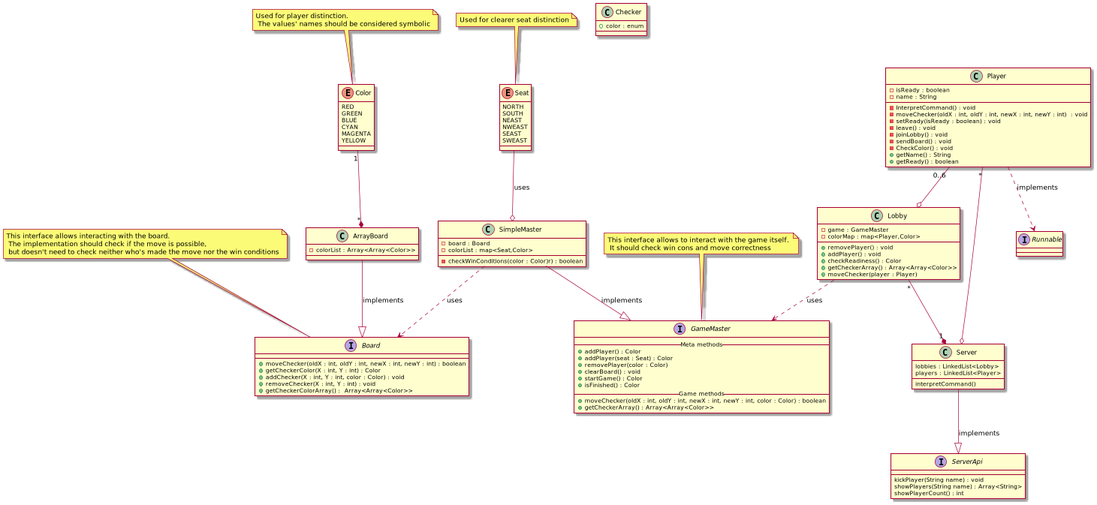
This is diagrams/Server.png from norbert791/TPlista5, a PlantUML export, as it was before one commit.
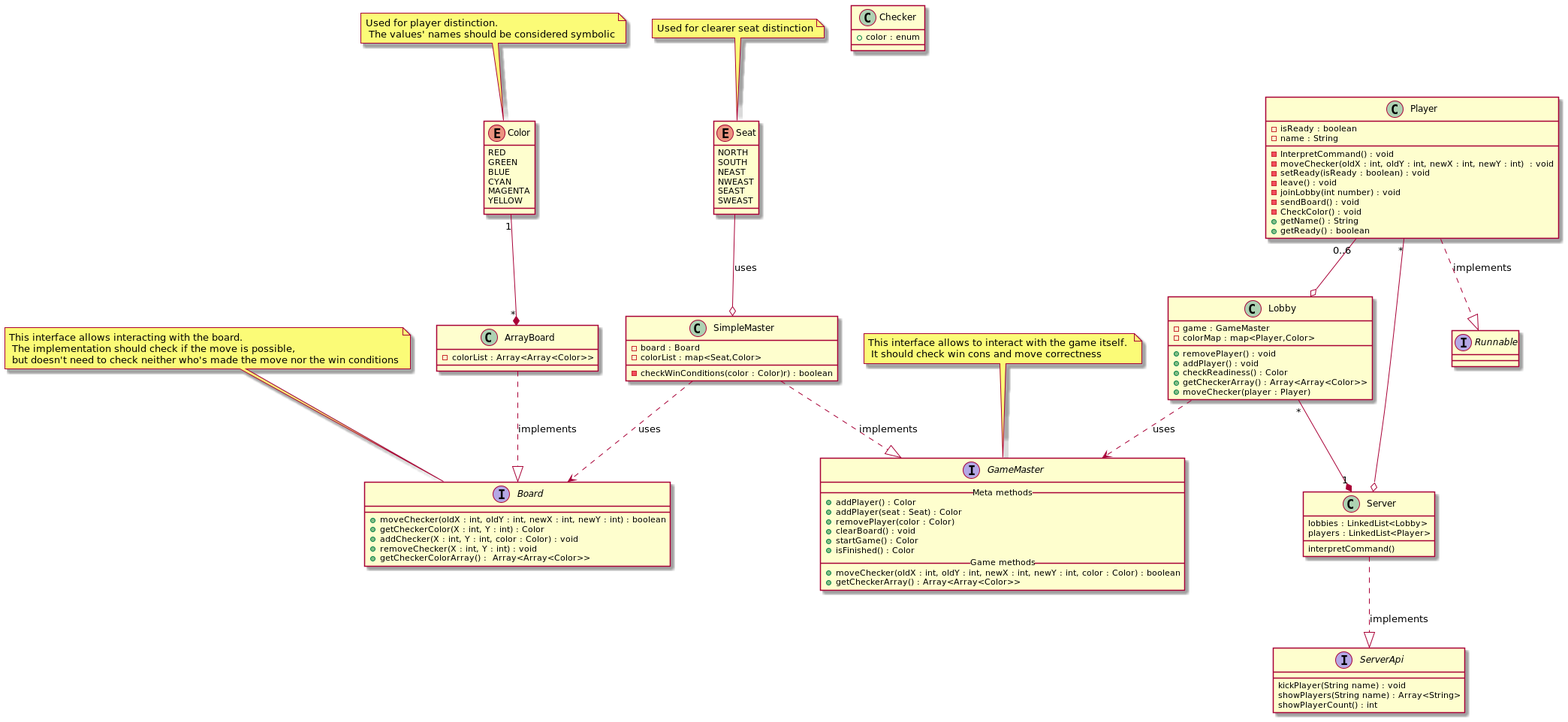
Above is the later version.

Diff of the diagram source:
```diff
@@ -22,17 +22,17 @@
 enum Color
 enum Seat
 
-Server --|> ServerApi : implements
+Server ..|> ServerApi : implements
 Color "1" --* "*" ArrayBoard
-ArrayBoard --|> Board : implements
+ArrayBoard ..|> Board : implements
 Lobby ..> GameMaster : uses
-SimpleMaster --|> GameMaster : implements
+SimpleMaster ..|> GameMaster : implements
 SimpleMaster ..> Board : uses
 Seat --o SimpleMaster : uses
 Lobby "*" --* "1" Server
 Player "0..6" --o Lobby
 Player "*" --o Server
-Player ..> Runnable : implements
+Player ..|> Runnable : implements
 
 class Checker{
    + color : enum
@@ -45,7 +45,7 @@
     -moveChecker(oldX : int, oldY : int, newX : int, newY : int)  : void
     -setReady(isReady : boolean) : void
     -leave() : void
-    -joinLobby() : void
+    -joinLobby(int number) : void
     -sendBoard() : void
     -CheckColor() : void
     +getName() : String
```
